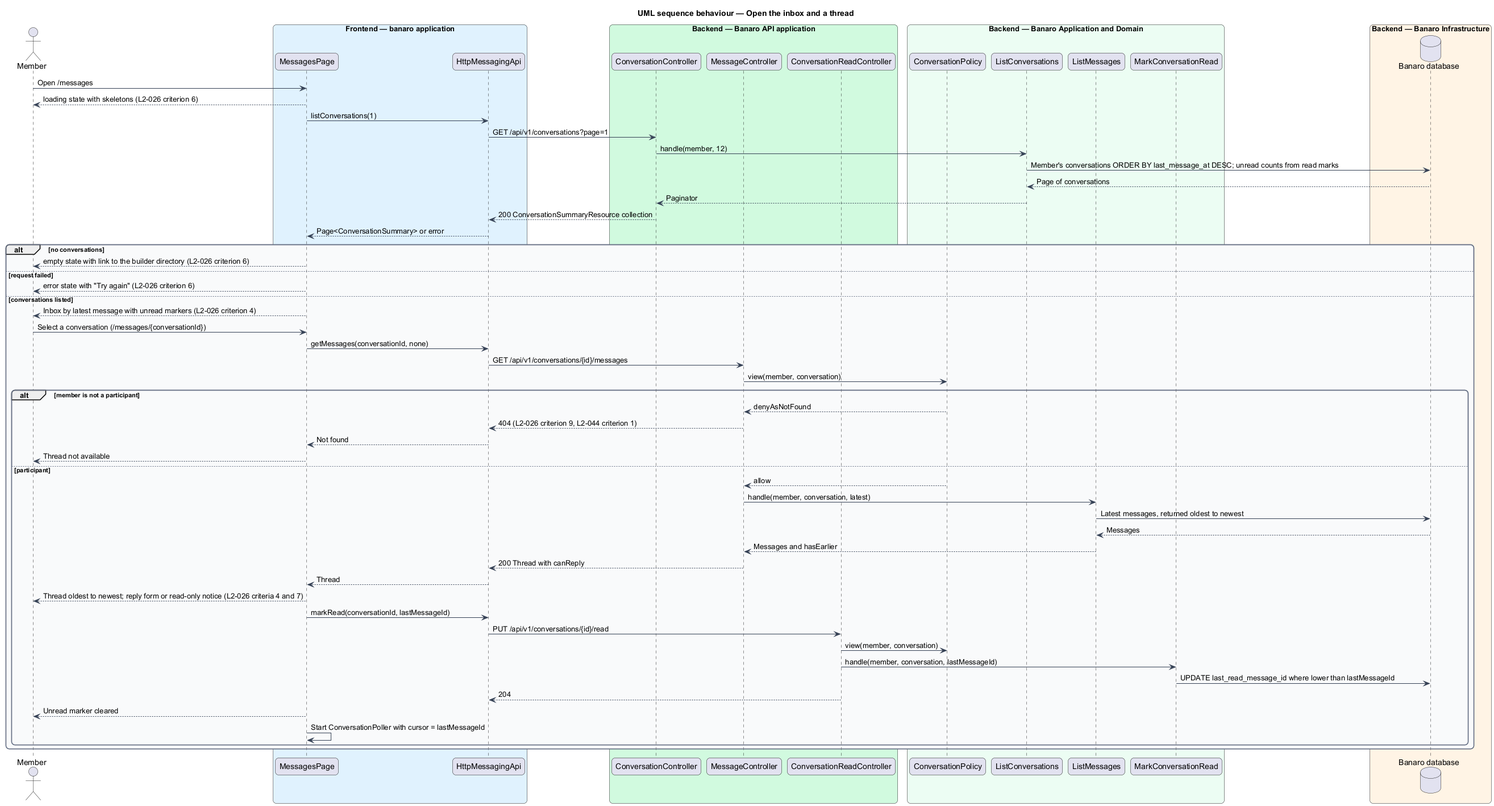
Earlier version of the PlantUML export docs/detailed-designs/messaging/hold-conversations/diagrams/sequence-open-conversation.png (QuinntyneBrown/banaro). Source of this version:
```plantuml
@startuml
title UML sequence behaviour — Open the inbox and a thread
skinparam backgroundColor #FFFFFF
skinparam shadowing false
skinparam roundcorner 12
skinparam defaultFontName Arial
skinparam ArrowColor #344054
skinparam rectangle {
  BorderColor #344054
  FontColor #101828
}
skinparam package {
  BorderColor #667085
  FontColor #101828
  BackgroundColor #F9FAFB
}
actor "Member" as actor
box "Frontend — banaro application" #E0F2FE
  participant "MessagesPage" as page
  participant "HttpMessagingApi" as client
end box
box "Backend — Banaro API application" #D1FADF
  participant "ConversationController" as convCtrl
  participant "MessageController" as msgCtrl
  participant "ConversationReadController" as readCtrl
end box
box "Backend — Banaro Application and Domain" #ECFDF3
  participant "ConversationPolicy" as policy
  participant "ListConversations" as list
  participant "ListMessages" as thread
  participant "MarkConversationRead" as read
end box
box "Backend — Banaro Infrastructure" #FFF4E5
  database "Banaro database" as db
end box

actor -> page : Open /messages
page --> actor : loading state with skeletons (L2-026 criterion 6)
page -> client : listConversations(1)
client -> convCtrl : GET /api/v1/conversations?page=1
convCtrl -> list : handle(member, 12)
list -> db : Member's conversations ORDER BY last_message_at DESC; unread counts from read marks
db --> list : Page of conversations
list --> convCtrl : Paginator
convCtrl --> client : 200 ConversationSummaryResource collection
client --> page : Page<ConversationSummary> or error
alt no conversations
  page --> actor : empty state with link to the builder directory (L2-026 criterion 6)
else request failed
  page --> actor : error state with "Try again" (L2-026 criterion 6)
else conversations listed
  page --> actor : Inbox by latest message with unread markers (L2-026 criterion 4)
  actor -> page : Select a conversation (/messages/{conversationId})
  page -> client : getMessages(conversationId, none)
  client -> msgCtrl : GET /api/v1/conversations/{id}/messages
  msgCtrl -> policy : view(member, conversation)
  alt member is not a participant
    policy --> msgCtrl : denyAsNotFound
    msgCtrl --> client : 404 (L2-026 criterion 9, L2-044 criterion 1)
    client --> page : Not found
    page --> actor : Thread not available
  else participant
    policy --> msgCtrl : allow
    msgCtrl -> thread : handle(member, conversation, latest)
    thread -> db : Latest messages, returned oldest to newest
    db --> thread : Messages
    thread --> msgCtrl : Messages and hasEarlier
    msgCtrl --> client : 200 Thread with canReply
    client --> page : Thread
    page --> actor : Thread oldest to newest; reply form or read-only notice (L2-026 criteria 4 and 7)
    page -> client : markRead(conversationId, lastMessageId)
    client -> readCtrl : PUT /api/v1/conversations/{id}/read
    readCtrl -> policy : view(member, conversation)
    readCtrl -> read : handle(member, conversation, lastMessageId)
    read -> db : UPDATE last_read_message_id where lower than lastMessageId
    readCtrl --> client : 204
    page --> actor : Unread marker cleared
    page -> page : Start ConversationPoller with cursor = lastMessageId
  end
end
@enduml
```
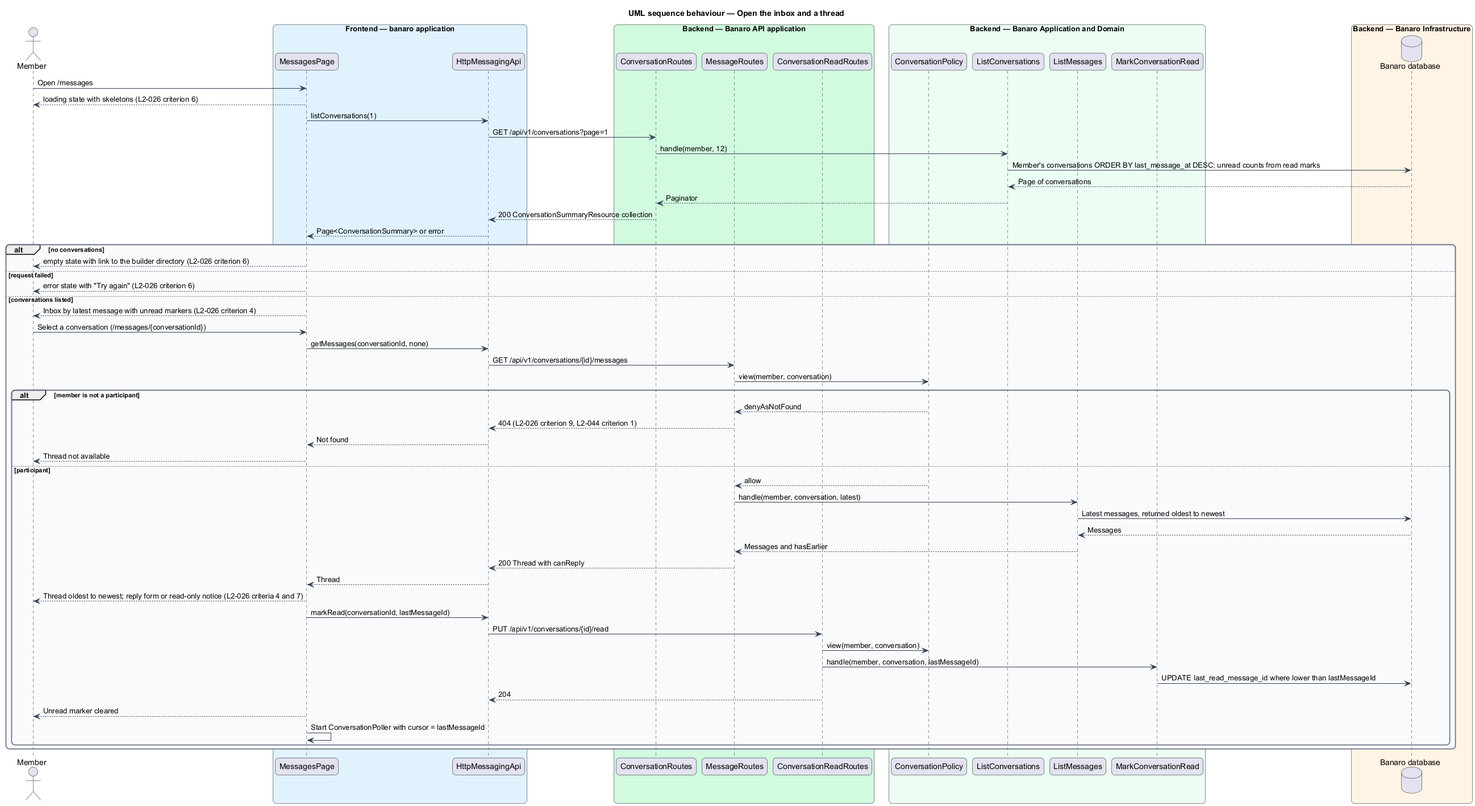
The same file after the commit.

Diff of the diagram source:
```diff
@@ -20,9 +20,9 @@
   participant "HttpMessagingApi" as client
 end box
 box "Backend — Banaro API application" #D1FADF
-  participant "ConversationController" as convCtrl
-  participant "MessageController" as msgCtrl
-  participant "ConversationReadController" as readCtrl
+  participant "ConversationRoutes" as convCtrl
+  participant "MessageRoutes" as msgCtrl
+  participant "ConversationReadRoutes" as readCtrl
 end box
 box "Backend — Banaro Application and Domain" #ECFDF3
   participant "ConversationPolicy" as policy
```
